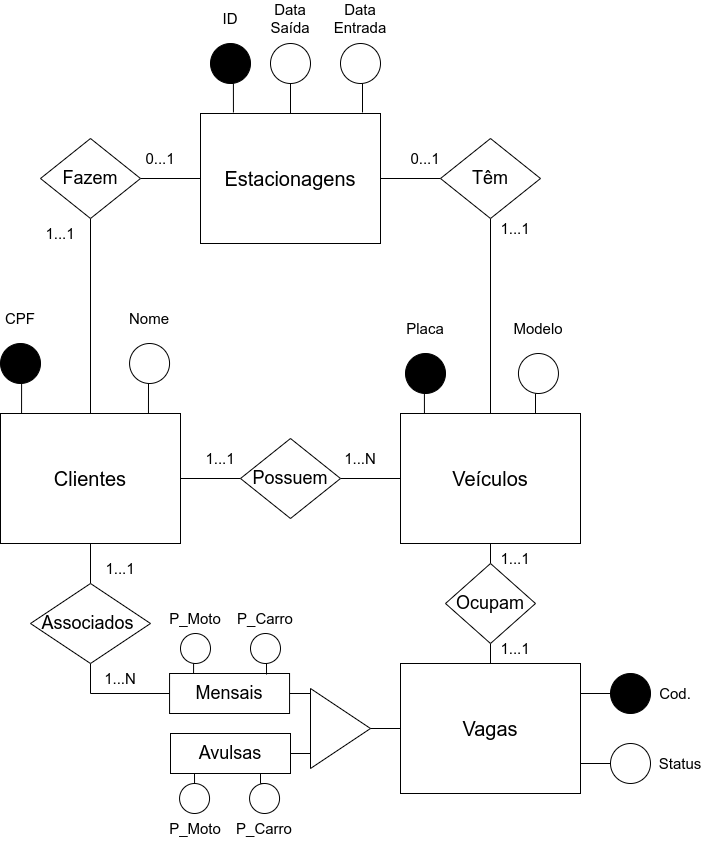
The draw.io diagram Lists/List01/Exec07/Parking.drawio.png in RenanGAS/Database-1, before a commit. Source tidied: cells renumbered, new cells last; positions are measured from the earlier drawing's top-left corner, leaving out a move shared by most shapes.
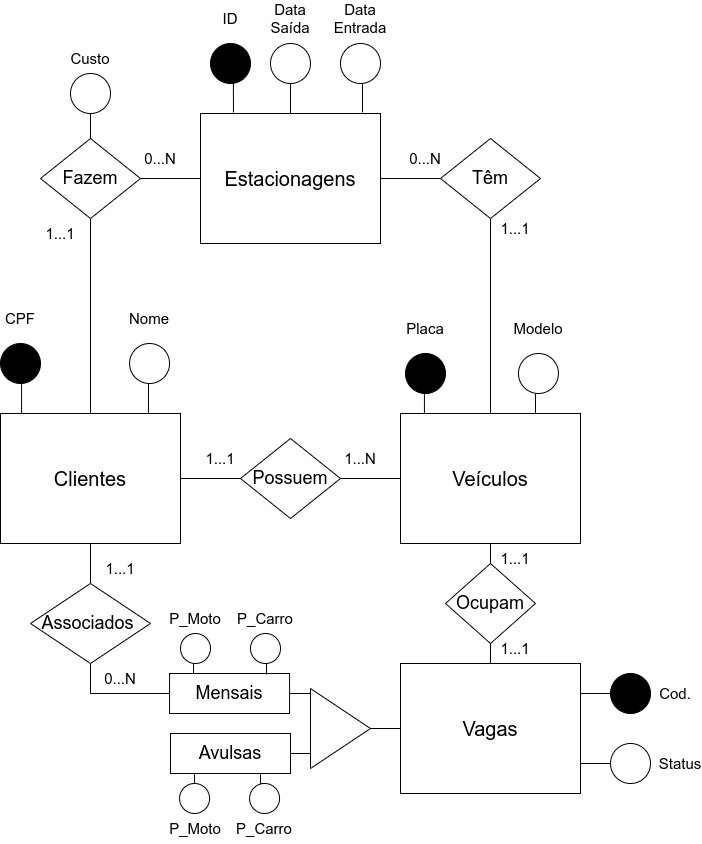
After the commit.

What changed in the source:
```diff
@@ -128,7 +128,7 @@
     <mxCell id="43" value="1...1" style="text;html=1;strokeColor=none;fillColor=none;align=center;verticalAlign=middle;whiteSpace=wrap;rounded=0;fontSize=15;" parent="1" vertex="1">
       <mxGeometry x="495" y="540" width="40" height="30" as="geometry" />
     </mxCell>
-    <mxCell id="44" value="1...N" style="text;html=1;strokeColor=none;fillColor=none;align=center;verticalAlign=middle;whiteSpace=wrap;rounded=0;fontSize=15;" parent="1" vertex="1">
+    <mxCell id="44" value="0...N" style="text;html=1;strokeColor=none;fillColor=none;align=center;verticalAlign=middle;whiteSpace=wrap;rounded=0;fontSize=15;" parent="1" vertex="1">
       <mxGeometry x="100" y="660" width="40" height="30" as="geometry" />
     </mxCell>
     <mxCell id="45" value="1...1" style="text;html=1;strokeColor=none;fillColor=none;align=center;verticalAlign=middle;whiteSpace=wrap;rounded=0;fontSize=15;" parent="1" vertex="1">
@@ -212,7 +212,7 @@
     <mxCell id="71" value="Têm" style="rhombus;whiteSpace=wrap;html=1;fontSize=18;" parent="1" vertex="1">
       <mxGeometry x="440" y="135" width="100" height="80" as="geometry" />
     </mxCell>
-    <mxCell id="72" value="0...1" style="text;html=1;strokeColor=none;fillColor=none;align=center;verticalAlign=middle;whiteSpace=wrap;rounded=0;fontSize=15;" parent="1" vertex="1">
+    <mxCell id="72" value="0...N" style="text;html=1;strokeColor=none;fillColor=none;align=center;verticalAlign=middle;whiteSpace=wrap;rounded=0;fontSize=15;" parent="1" vertex="1">
       <mxGeometry x="140" y="140" width="40" height="30" as="geometry" />
     </mxCell>
     <mxCell id="73" value="1...1" style="text;html=1;strokeColor=none;fillColor=none;align=center;verticalAlign=middle;whiteSpace=wrap;rounded=0;fontSize=15;" parent="1" vertex="1">
@@ -221,8 +221,17 @@
     <mxCell id="74" value="1...1" style="text;html=1;strokeColor=none;fillColor=none;align=center;verticalAlign=middle;whiteSpace=wrap;rounded=0;fontSize=15;" parent="1" vertex="1">
       <mxGeometry x="495" y="210" width="40" height="30" as="geometry" />
     </mxCell>
-    <mxCell id="75" value="0...1" style="text;html=1;strokeColor=none;fillColor=none;align=center;verticalAlign=middle;whiteSpace=wrap;rounded=0;fontSize=15;" parent="1" vertex="1">
+    <mxCell id="75" value="0...N" style="text;html=1;strokeColor=none;fillColor=none;align=center;verticalAlign=middle;whiteSpace=wrap;rounded=0;fontSize=15;" parent="1" vertex="1">
       <mxGeometry x="405" y="140" width="40" height="30" as="geometry" />
     </mxCell>
+    <mxCell id="76" value="Custo" style="text;html=1;strokeColor=none;fillColor=none;align=center;verticalAlign=middle;whiteSpace=wrap;rounded=0;fontSize=15;" parent="1" vertex="1">
+      <mxGeometry x="80" y="40" width="20" height="30" as="geometry" />
+    </mxCell>
+    <mxCell id="77" style="edgeStyle=orthogonalEdgeStyle;rounded=0;jettySize=auto;html=1;exitX=0.5;exitY=1;exitDx=0;exitDy=0;entryX=0.5;entryY=0;entryDx=0;entryDy=0;endArrow=none;endFill=0;" parent="1" edge="1" source="78" target="68">
+      <mxGeometry relative="1" as="geometry" />
+    </mxCell>
+    <mxCell id="78" style="ellipse;whiteSpace=wrap;html=1;fontSize=15;fillColor=#FFFFFF;" parent="1" vertex="1">
+      <mxGeometry x="70" y="70" width="40" height="40" as="geometry" />
+    </mxCell>
   </root>
 </mxGraphModel>
```
